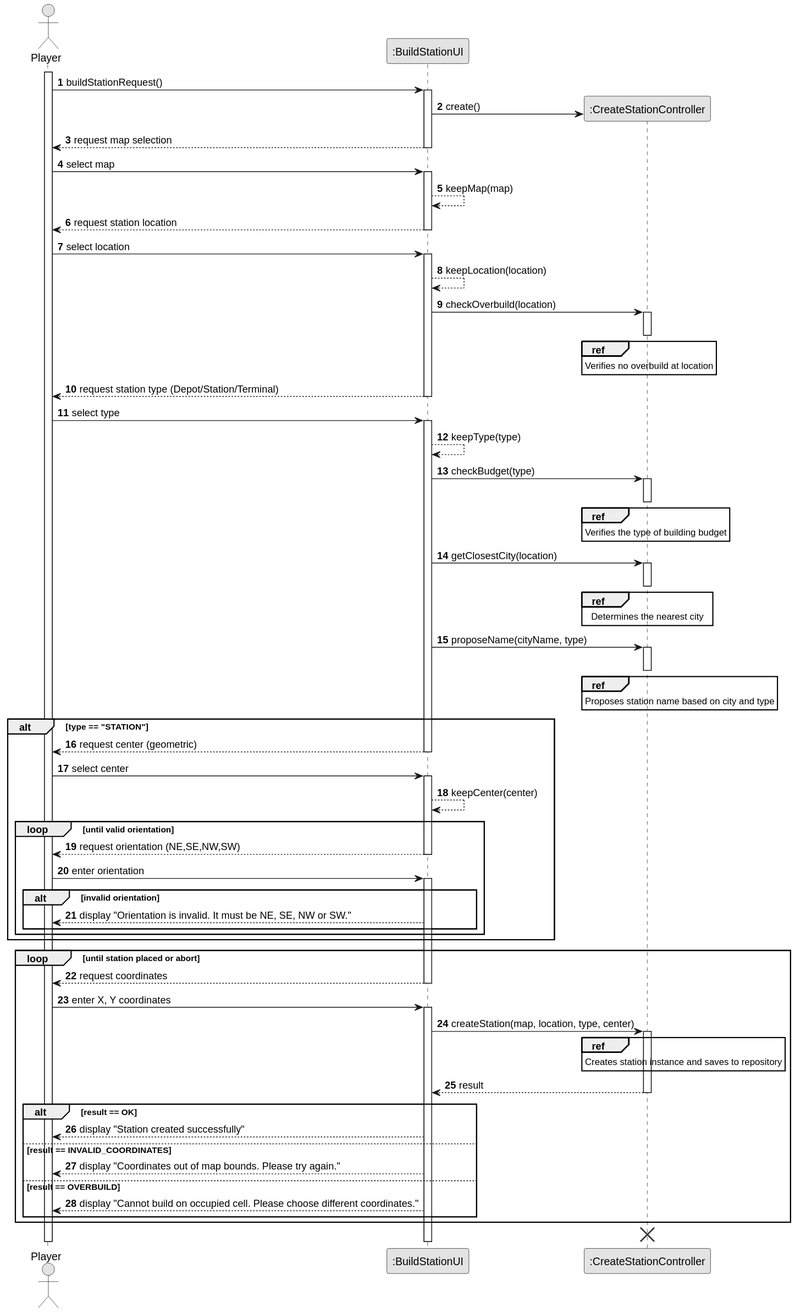
This is docs/system-documentation/US005/03.design/svg/US005-SD-split.svg from goncalolopesp/sem2-pi-24.25-g093-repo, a PlantUML export, as it was before one commit. Source of this version:
```plantuml
@startuml
skinparam monochrome true
skinparam packageStyle rectangle
skinparam shadowing false

autonumber

actor "Player" as Player
participant ":BuildStationUI" as BuildStationUI
participant ":CreateStationController" as CreateStationController

activate Player

Player -> BuildStationUI : buildStationRequest()
create CreateStationController
activate BuildStationUI
BuildStationUI -> CreateStationController: create()
deactivate CreateStationController

BuildStationUI --> Player : request map selection
deactivate BuildStationUI
Player -> BuildStationUI : select map
activate BuildStationUI
BuildStationUI --> BuildStationUI : keepMap(map)

BuildStationUI --> Player : request station location
deactivate BuildStationUI
Player -> BuildStationUI : select location
activate BuildStationUI
BuildStationUI --> BuildStationUI : keepLocation(location)

BuildStationUI -> CreateStationController : checkOverbuild(location)
activate CreateStationController
ref over CreateStationController
    Verifies no overbuild at location
end ref
deactivate CreateStationController

BuildStationUI --> Player : request station type (Depot/Station/Terminal)
deactivate BuildStationUI
Player -> BuildStationUI : select type
activate BuildStationUI
BuildStationUI --> BuildStationUI : keepType(type)

BuildStationUI -> CreateStationController : checkBudget(type)
activate CreateStationController
ref over CreateStationController
    Verifies the type of building budget
end ref
deactivate CreateStationController

BuildStationUI -> CreateStationController : getClosestCity(location)
activate CreateStationController
ref over CreateStationController
    Determines the nearest city
end ref
deactivate CreateStationController

BuildStationUI -> CreateStationController : proposeName(cityName, type)
activate CreateStationController
ref over CreateStationController
    Proposes station name based on city and type
end ref
deactivate CreateStationController

alt type == "STATION"
  BuildStationUI --> Player : request center (geometric)
  deactivate BuildStationUI
  Player -> BuildStationUI : select center
  activate BuildStationUI
  BuildStationUI --> BuildStationUI : keepCenter(center)

  loop until valid orientation
    BuildStationUI --> Player : request orientation (NE,SE,NW,SW)
    deactivate BuildStationUI
    Player -> BuildStationUI : enter orientation
    activate BuildStationUI
    alt invalid orientation
      BuildStationUI --> Player : display "Orientation is invalid. It must be NE, SE, NW or SW."
    end
  end
end

loop until station placed or abort
  BuildStationUI --> Player : request coordinates
  deactivate BuildStationUI
  Player -> BuildStationUI : enter X, Y coordinates
  activate BuildStationUI

  BuildStationUI -> CreateStationController : createStation(map, location, type, center)
  activate CreateStationController
  ref over CreateStationController
    Creates station instance and saves to repository
  end ref

  CreateStationController --> BuildStationUI : result
  deactivate CreateStationController

  alt result == OK
    BuildStationUI --> Player : display "Station created successfully"
  else result == INVALID_COORDINATES
    BuildStationUI --> Player : display "Coordinates out of map bounds. Please try again."
  else result == OVERBUILD
    BuildStationUI --> Player : display "Cannot build on occupied cell. Please choose different coordinates."
  end
end

destroy CreateStationController
deactivate BuildStationUI
deactivate Player
@enduml
```
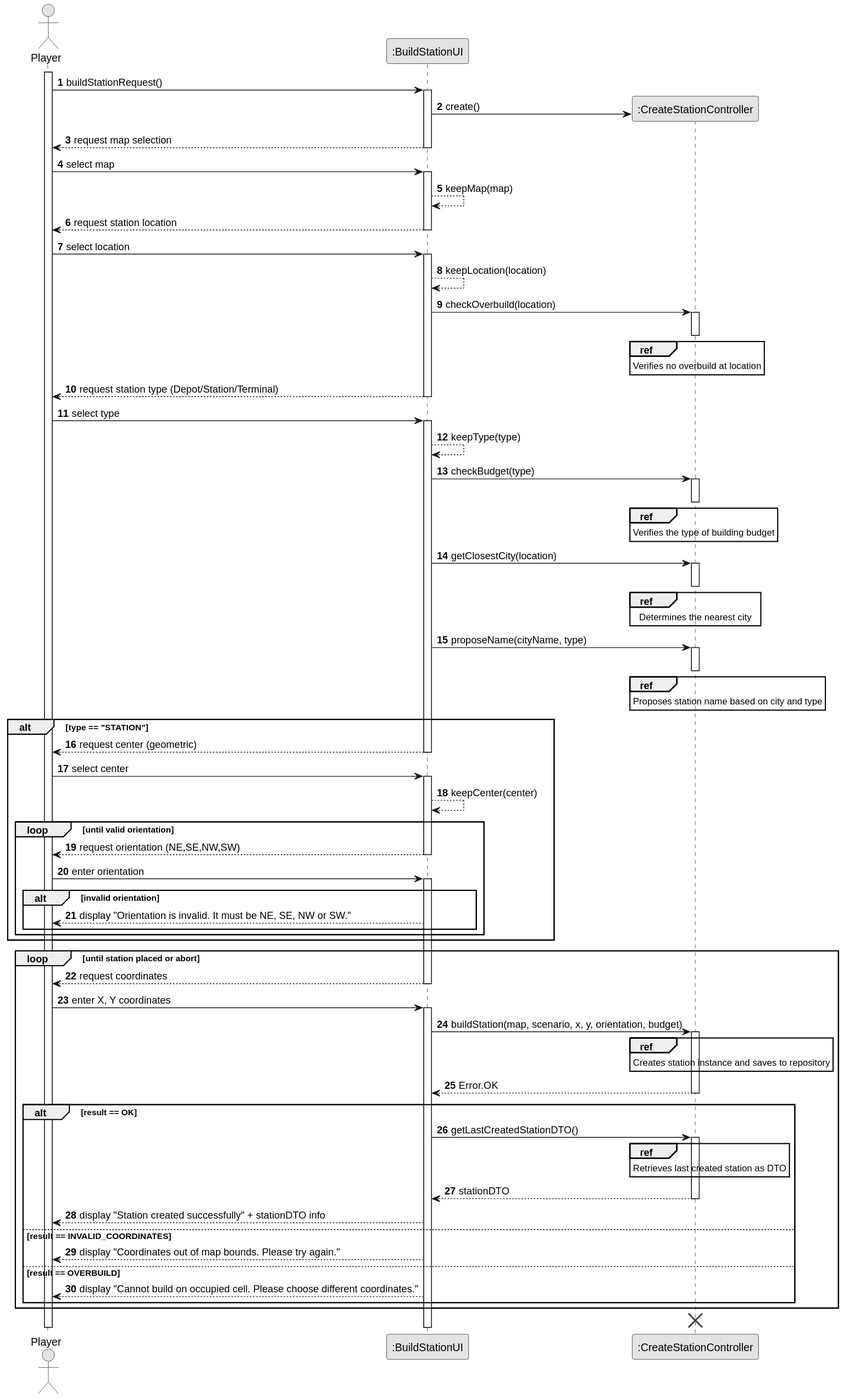
The same file after the commit.

The edit, as a diff of the source:
```diff
@@ -87,17 +87,24 @@
   Player -> BuildStationUI : enter X, Y coordinates
   activate BuildStationUI
 
-  BuildStationUI -> CreateStationController : createStation(map, location, type, center)
+  BuildStationUI -> CreateStationController : buildStation(map, scenario, x, y, orientation, budget)
   activate CreateStationController
   ref over CreateStationController
     Creates station instance and saves to repository
   end ref
 
-  CreateStationController --> BuildStationUI : result
+  CreateStationController --> BuildStationUI : Error.OK
   deactivate CreateStationController
 
   alt result == OK
-    BuildStationUI --> Player : display "Station created successfully"
+    BuildStationUI -> CreateStationController : getLastCreatedStationDTO()
+    activate CreateStationController
+    ref over CreateStationController
+        Retrieves last created station as DTO
+    end ref
+    CreateStationController --> BuildStationUI : stationDTO
+    deactivate CreateStationController
+    BuildStationUI --> Player : display "Station created successfully" + stationDTO info
   else result == INVALID_COORDINATES
     BuildStationUI --> Player : display "Coordinates out of map bounds. Please try again."
   else result == OVERBUILD
```
